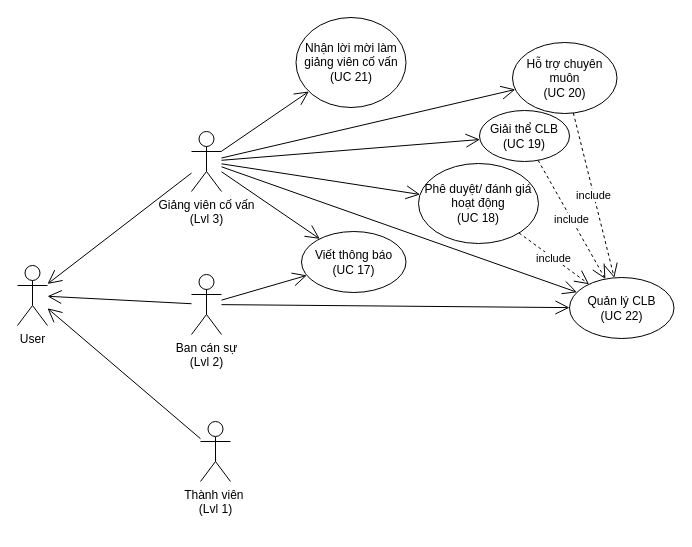
Earlier version of the draw.io diagram page "Use case 2" (2 of 3) of Diagram.drawio (DnhTrn/finall_project). Source tidied: cells renumbered, new cells numbered last; positions are measured from the earlier drawing's top-left corner, leaving out a move shared by most shapes. Both pictures are drawn from the tidied source at 100%, with x=0, y=0 at pixel (17, 17).
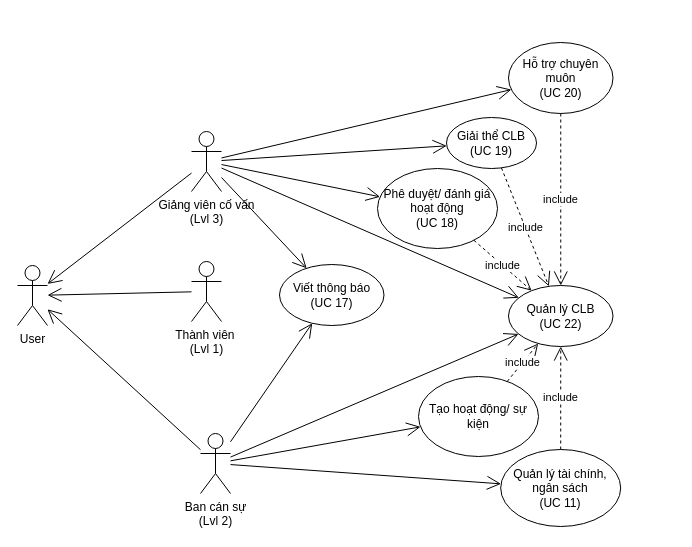
Above is the later version.

Unchanged cells that the change refers to:
```xml
<mxCell id="3" value="&lt;div&gt;Giảng viên cố vấn&lt;/div&gt;&lt;div&gt;(Lvl 3)&lt;/div&gt;" style="shape=umlActor;verticalLabelPosition=bottom;verticalAlign=top;html=1;outlineConnect=0;" parent="1" vertex="1">
  <mxGeometry x="174" y="114" width="30" height="60" as="geometry" />
</mxCell>
```

Change to the diagram source:
```diff
@@
     <mxCell id="4" value="Quản lý CLB&lt;div&gt;(UC 22)&lt;/div&gt;" style="ellipse;whiteSpace=wrap;html=1;" parent="1" vertex="1">
-      <mxGeometry x="552" y="260" width="104.5" height="61" as="geometry" />
+      <mxGeometry x="491" y="268" width="104.5" height="61" as="geometry" />
     </mxCell>
     <mxCell id="5" value="Thành viên&amp;nbsp;&lt;div&gt;(Lvl 1)&lt;/div&gt;" style="shape=umlActor;verticalLabelPosition=bottom;verticalAlign=top;html=1;outlineConnect=0;" parent="1" vertex="1">
-      <mxGeometry x="183" y="404" width="30" height="60" as="geometry" />
+      <mxGeometry x="174" y="244" width="30" height="60" as="geometry" />
     </mxCell>
     <mxCell id="6" value="Ban cán sự&lt;div&gt;(Lvl 2)&lt;/div&gt;" style="shape=umlActor;verticalLabelPosition=bottom;verticalAlign=top;html=1;outlineConnect=0;" parent="1" vertex="1">
-      <mxGeometry x="174" y="257" width="30" height="60" as="geometry" />
+      <mxGeometry x="183" y="416" width="30" height="60" as="geometry" />
     </mxCell>
@@
     <mxCell id="10" value="Viết thông báo&lt;div&gt;(UC 17)&lt;/div&gt;" style="ellipse;whiteSpace=wrap;html=1;" parent="1" vertex="1">
-      <mxGeometry x="284" y="214" width="104.5" height="61" as="geometry" />
+      <mxGeometry x="262" y="247" width="104.5" height="61" as="geometry" />
     </mxCell>
-    <mxCell id="11" value="Nhận lời mời làm giảng viên cố vấn&lt;div&gt;(UC 21)&lt;/div&gt;" style="ellipse;whiteSpace=wrap;html=1;" parent="1" vertex="1">
-      <mxGeometry x="278.5" width="110" height="90" as="geometry" />
-    </mxCell>
@@
     <mxCell id="14" value="Giải thể CLB&lt;div&gt;(UC 19)&lt;/div&gt;" style="ellipse;whiteSpace=wrap;html=1;" parent="1" vertex="1">
-      <mxGeometry x="462" y="93" width="90" height="51" as="geometry" />
+      <mxGeometry x="429" y="100" width="90" height="51" as="geometry" />
     </mxCell>
     <mxCell id="15" value="Hỗ trợ chuyên muôn&lt;div&gt;(UC 20)&lt;/div&gt;" style="ellipse;whiteSpace=wrap;html=1;" parent="1" vertex="1">
-      <mxGeometry x="495" y="25" width="104.5" height="71" as="geometry" />
+      <mxGeometry x="491" y="25" width="104.5" height="71" as="geometry" />
     </mxCell>
     <mxCell id="16" value="Phê duyệt/ đánh giá hoạt động&lt;div&gt;(UC 18)&lt;/div&gt;" style="ellipse;whiteSpace=wrap;html=1;" parent="1" vertex="1">
-      <mxGeometry x="401" y="146" width="120" height="80" as="geometry" />
+      <mxGeometry x="360" y="151" width="120" height="80" as="geometry" />
     </mxCell>
@@
-    <mxCell id="23" style="endArrow=open;endFill=1;endSize=12;html=1;rounded=0;" parent="1" edge="1" source="3" target="11">
-      <mxGeometry relative="1" as="geometry" />
-    </mxCell>
@@
+    <mxCell id="26" value="Tạo hoạt động/ sự kiện" style="ellipse;whiteSpace=wrap;html=1;" parent="1" vertex="1">
+      <mxGeometry x="401" y="359" width="120" height="80" as="geometry" />
+    </mxCell>
+    <mxCell id="27" value="include" style="endArrow=open;endSize=12;dashed=1;html=1;rounded=0;" parent="1" edge="1" source="26" target="4">
+      <mxGeometry relative="1" as="geometry" />
+    </mxCell>
+    <mxCell id="28" value="Quản lý tài chính,&lt;div&gt;&lt;span style=&quot;background-color: initial;&quot;&gt;ngân sách&lt;/span&gt;&lt;/div&gt;&lt;div&gt;&lt;span style=&quot;background-color: initial;&quot;&gt;(UC 11)&lt;/span&gt;&lt;/div&gt;" style="ellipse;whiteSpace=wrap;html=1;" parent="1" vertex="1">
+      <mxGeometry x="483.2" y="432" width="120" height="77" as="geometry" />
+    </mxCell>
+    <mxCell id="29" value="include" style="endArrow=open;endSize=12;dashed=1;html=1;rounded=0;" parent="1" edge="1" source="28" target="4">
+      <mxGeometry relative="1" as="geometry" />
+    </mxCell>
+    <mxCell id="30" style="endArrow=open;endFill=1;endSize=12;html=1;rounded=0;" parent="1" edge="1" source="6" target="26">
+      <mxGeometry relative="1" as="geometry" />
+    </mxCell>
+    <mxCell id="31" style="endArrow=open;endFill=1;endSize=12;html=1;rounded=0;" parent="1" edge="1" source="6" target="28">
+      <mxGeometry relative="1" as="geometry" />
+    </mxCell>
```
